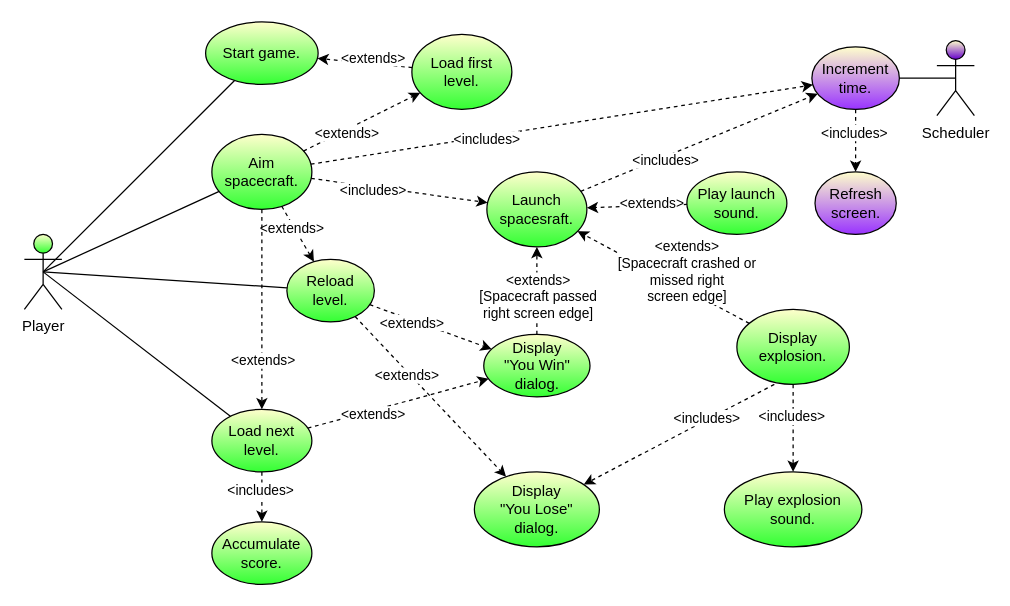
Above: page "use cases" (3 of 6) of docs/diagrams.drawio in lbownik/star-drifter (draw.io), before the change. Source tidied: cells renumbered, new cells numbered last; positions are measured from the earlier drawing's top-left corner, leaving out a move shared by most shapes. Both pictures are drawn from the tidied source at 125%, with x=0, y=0 at pixel (24, 21).
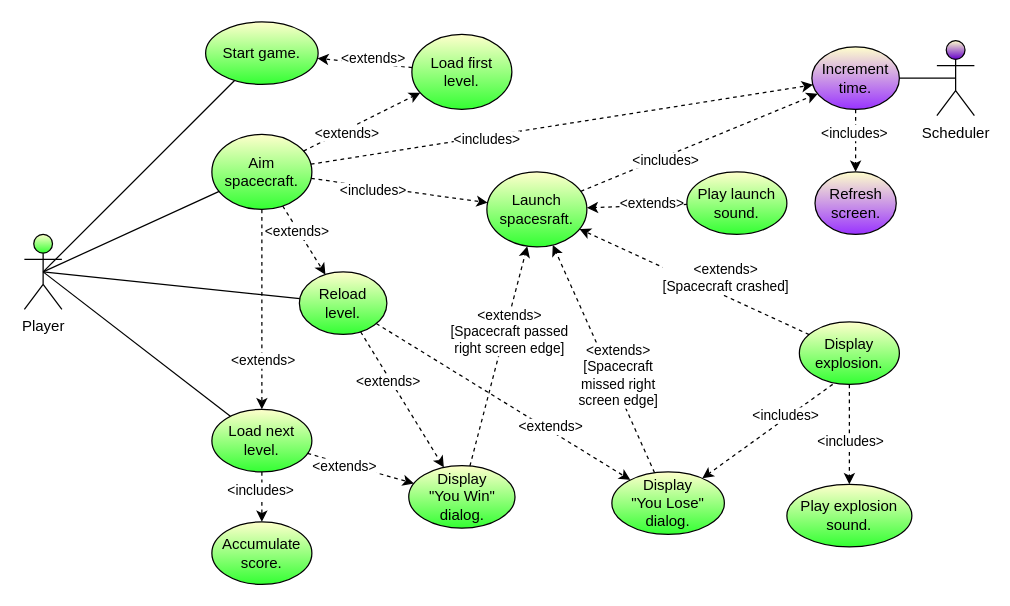
The same diagram, later.

Commit message (it also covers changes not shown here):
use cases diagram updated

Unchanged cells that the change refers to:
```xml
<mxCell id="5" value="Launch spacesraft." style="ellipse;whiteSpace=wrap;html=1;strokeWidth=1;fillColor=#FFFFCC;gradientColor=#33FF33;" parent="1" vertex="1">
  <mxGeometry x="370" y="120" width="80" height="60" as="geometry" />
</mxCell>
<mxCell id="23" style="endArrow=classic;dashed=1;html=1;endFill=1;" parent="1" edge="1" source="7" target="5">
  <mxGeometry relative="1" as="geometry" />
</mxCell>
<mxCell id="25" style="endArrow=classic;dashed=1;html=1;endFill=1;" parent="1" edge="1" source="7" target="8">
  <mxGeometry relative="1" as="geometry" />
</mxCell>
<mxCell id="35" style="endArrow=classic;dashed=1;html=1;endFill=1;" parent="1" edge="1" source="10" target="5">
  <mxGeometry relative="1" as="geometry" />
</mxCell>
<mxCell id="37" style="endArrow=classic;dashed=1;html=1;endFill=1;" parent="1" edge="1" source="12" target="9">
  <mxGeometry relative="1" as="geometry" />
</mxCell>
```

The edit, as a diff of the source:
```diff
@@
     <mxCell id="7" value="Display explosion." style="ellipse;whiteSpace=wrap;html=1;strokeWidth=1;fillColor=#FFFFCC;gradientColor=#33FF33;" parent="1" vertex="1">
-      <mxGeometry x="570" y="230" width="90" height="60" as="geometry" />
+      <mxGeometry x="620" y="240" width="80" height="50" as="geometry" />
     </mxCell>
     <mxCell id="8" value="Play explosion sound." style="ellipse;whiteSpace=wrap;html=1;strokeWidth=1;fillColor=#FFFFCC;gradientColor=#33FF33;" parent="1" vertex="1">
-      <mxGeometry x="560" y="360" width="110" height="60" as="geometry" />
+      <mxGeometry x="610" y="370" width="100" height="50" as="geometry" />
     </mxCell>
     <mxCell id="9" value="Display&lt;br&gt;&quot;You Lose&quot;&lt;br&gt;dialog." style="ellipse;whiteSpace=wrap;html=1;strokeWidth=1;fillColor=#FFFFCC;gradientColor=#33FF33;" parent="1" vertex="1">
-      <mxGeometry x="360" y="360" width="100" height="60" as="geometry" />
+      <mxGeometry x="470" y="360" width="90" height="50" as="geometry" />
     </mxCell>
     <mxCell id="10" value="Display&lt;br&gt;&quot;You Win&quot;&lt;br&gt;dialog." style="ellipse;whiteSpace=wrap;html=1;strokeWidth=1;fillColor=#FFFFCC;gradientColor=#33FF33;" parent="1" vertex="1">
-      <mxGeometry x="367.5" y="250" width="85" height="50" as="geometry" />
+      <mxGeometry x="307.5" y="355" width="85" height="50" as="geometry" />
     </mxCell>
@@
     <mxCell id="12" value="Reload level." style="ellipse;whiteSpace=wrap;html=1;strokeWidth=1;fillColor=#FFFFCC;gradientColor=#33FF33;" parent="1" vertex="1">
-      <mxGeometry x="210" y="190" width="70" height="50" as="geometry" />
+      <mxGeometry x="220" y="200" width="70" height="50" as="geometry" />
     </mxCell>
@@
-    <mxCell id="24" value="&amp;lt;extends&amp;gt;&lt;br&gt;[Spacecraft crashed or&lt;br&gt;missed right &lt;br&gt;screen edge]" style="edgeLabel;html=1;align=center;verticalAlign=middle;" parent="23" vertex="1">
+    <mxCell id="24" value="&amp;lt;extends&amp;gt;&lt;br&gt;[Spacecraft crashed]" style="edgeLabel;html=1;align=center;verticalAlign=middle;" parent="23" vertex="1">
       <mxGeometry x="-0.3" y="-2" relative="1" as="geometry">
         <mxPoint x="-3.3" y="-13.9" as="offset" />
       </mxGeometry>
     </mxCell>
@@
     <mxCell id="26" value="&amp;lt;includes&amp;gt;" style="edgeLabel;html=1;align=center;verticalAlign=middle;" parent="25" vertex="1">
-      <mxGeometry x="-0.3" y="-2" relative="1" as="geometry" />
+      <mxGeometry x="-0.3" y="-2" relative="1" as="geometry">
+        <mxPoint x="2" y="17" as="offset" />
+      </mxGeometry>
     </mxCell>
@@
     <mxCell id="36" value="&amp;lt;extends&amp;gt;&lt;br&gt;[Spacecraft passed &lt;br&gt;right screen edge]" style="edgeLabel;html=1;align=center;verticalAlign=middle;" parent="35" vertex="1">
       <mxGeometry x="-0.3" y="-2" relative="1" as="geometry">
-        <mxPoint x="-2" y="-6" as="offset" />
+        <mxPoint x="12.7" y="-46.2" as="offset" />
       </mxGeometry>
     </mxCell>
@@
     <mxCell id="38" value="&amp;lt;extends&amp;gt;" style="edgeLabel;html=1;align=center;verticalAlign=middle;" parent="37" vertex="1">
-      <mxGeometry x="-0.3" y="-2" relative="1" as="geometry" />
+      <mxGeometry x="-0.3" y="-2" relative="1" as="geometry">
+        <mxPoint x="68.2" y="36" as="offset" />
+      </mxGeometry>
     </mxCell>
@@
+    <mxCell id="57" style="endArrow=classic;dashed=1;html=1;endFill=1;" parent="1" edge="1" source="9" target="5">
+      <mxGeometry relative="1" as="geometry" />
+    </mxCell>
+    <mxCell id="58" value="&amp;lt;extends&amp;gt;&lt;br&gt;[Spacecraft&lt;br&gt;missed right &lt;br&gt;screen edge]" style="edgeLabel;html=1;align=center;verticalAlign=middle;" parent="57" vertex="1">
+      <mxGeometry x="-0.3" y="-2" relative="1" as="geometry">
+        <mxPoint x="-3.3" y="-13.9" as="offset" />
+      </mxGeometry>
+    </mxCell>
```
